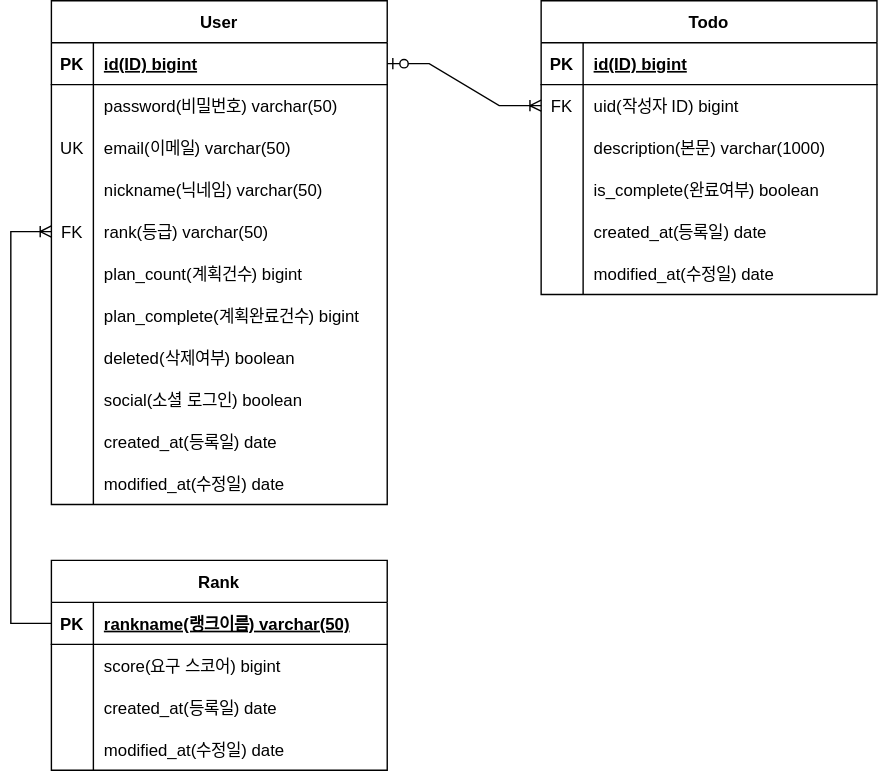
mrcocoball/To-Dolist keeps this draw.io diagram as documents/ERD.drawio.svg. Above is the earlier version. Source tidied: cells renumbered, new cells last; positions are measured from the earlier drawing's top-left corner, leaving out a move shared by most shapes.
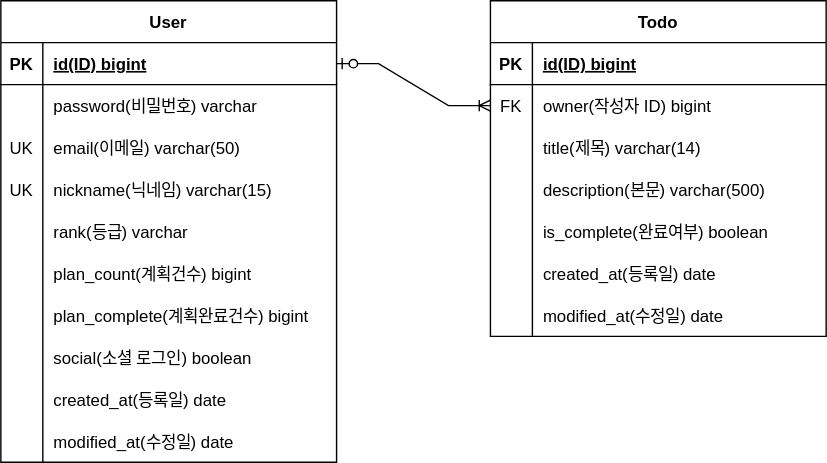
Above is the later version.

The edit, as a diff of the source:
```diff
@@ -3,7 +3,7 @@
     <mxCell id="0" />
     <mxCell id="1" parent="0" />
     <mxCell id="2" value="User" style="shape=table;startSize=30;rowLines=0;fontStyle=1;align=center;" parent="1" vertex="1">
-      <mxGeometry x="29" width="240" height="360" as="geometry" />
+      <mxGeometry x="29" width="240" height="330" as="geometry" />
     </mxCell>
     <mxCell id="3" style="shape=tableRow;horizontal=0;startSize=0;swimlaneHead=0;swimlaneBody=0;fillColor=none;points=[[0,0.5],[1,0.5]];portConstraint=eastwest;top=0;left=0;right=0;bottom=1;" parent="2" vertex="1">
       <mxGeometry y="30" width="240" height="30" as="geometry" />
@@ -20,7 +20,7 @@
     <mxCell id="7" style="shape=partialRectangle;fillColor=none;top=0;left=0;bottom=0;right=0;overflow=hidden;" parent="6" vertex="1">
       <mxGeometry width="30" height="30" as="geometry" />
     </mxCell>
-    <mxCell id="8" value="password(비밀번호) varchar(50)" style="shape=partialRectangle;fillColor=none;top=0;left=0;bottom=0;right=0;align=left;spacingLeft=6;overflow=hidden;" parent="6" vertex="1">
+    <mxCell id="8" value="password(비밀번호) varchar" style="shape=partialRectangle;fillColor=none;top=0;left=0;bottom=0;right=0;align=left;spacingLeft=6;overflow=hidden;" parent="6" vertex="1">
       <mxGeometry x="30" width="210" height="30" as="geometry" />
     </mxCell>
     <mxCell id="9" style="shape=tableRow;horizontal=0;startSize=0;swimlaneHead=0;swimlaneBody=0;fillColor=none;top=0;left=0;right=0;bottom=0;" parent="2" vertex="1">
@@ -35,19 +35,19 @@
     <mxCell id="12" style="shape=tableRow;horizontal=0;startSize=0;swimlaneHead=0;swimlaneBody=0;fillColor=none;top=0;left=0;right=0;bottom=0;" parent="2" vertex="1">
       <mxGeometry y="120" width="240" height="30" as="geometry" />
     </mxCell>
-    <mxCell id="13" style="shape=partialRectangle;fillColor=none;top=0;left=0;bottom=0;right=0;overflow=hidden;" parent="12" vertex="1">
+    <mxCell id="13" value="UK" style="shape=partialRectangle;fillColor=none;top=0;left=0;bottom=0;right=0;overflow=hidden;" parent="12" vertex="1">
       <mxGeometry width="30" height="30" as="geometry" />
     </mxCell>
-    <mxCell id="14" value="nickname(닉네임) varchar(50)" style="shape=partialRectangle;fillColor=none;top=0;left=0;bottom=0;right=0;align=left;spacingLeft=6;overflow=hidden;" parent="12" vertex="1">
+    <mxCell id="14" value="nickname(닉네임) varchar(15)" style="shape=partialRectangle;fillColor=none;top=0;left=0;bottom=0;right=0;align=left;spacingLeft=6;overflow=hidden;" parent="12" vertex="1">
       <mxGeometry x="30" width="210" height="30" as="geometry" />
     </mxCell>
     <mxCell id="15" style="shape=tableRow;horizontal=0;startSize=0;swimlaneHead=0;swimlaneBody=0;fillColor=none;points=[[0,0.5],[1,0.5]];portConstraint=eastwest;top=0;left=0;right=0;bottom=0;" parent="2" vertex="1">
       <mxGeometry y="150" width="240" height="30" as="geometry" />
     </mxCell>
-    <mxCell id="16" value="FK" style="shape=partialRectangle;fillColor=none;top=0;left=0;bottom=0;right=0;overflow=hidden;" parent="15" vertex="1">
+    <mxCell id="16" style="shape=partialRectangle;fillColor=none;top=0;left=0;bottom=0;right=0;overflow=hidden;" parent="15" vertex="1">
       <mxGeometry width="30" height="30" as="geometry" />
     </mxCell>
-    <mxCell id="17" value="rank(등급) varchar(50)" style="shape=partialRectangle;fillColor=none;top=0;left=0;bottom=0;right=0;align=left;spacingLeft=6;overflow=hidden;" parent="15" vertex="1">
+    <mxCell id="17" value="rank(등급) varchar" style="shape=partialRectangle;fillColor=none;top=0;left=0;bottom=0;right=0;align=left;spacingLeft=6;overflow=hidden;" parent="15" vertex="1">
       <mxGeometry x="30" width="210" height="30" as="geometry" />
     </mxCell>
     <mxCell id="18" style="shape=tableRow;horizontal=0;startSize=0;swimlaneHead=0;swimlaneBody=0;fillColor=none;top=0;left=0;right=0;bottom=0;" parent="2" vertex="1">
@@ -68,17 +68,8 @@
     <mxCell id="23" value="plan_complete(계획완료건수) bigint" style="shape=partialRectangle;fillColor=none;top=0;left=0;bottom=0;right=0;align=left;spacingLeft=6;overflow=hidden;" parent="21" vertex="1">
       <mxGeometry x="30" width="210" height="30" as="geometry" />
     </mxCell>
-    <mxCell id="24" style="shape=tableRow;horizontal=0;startSize=0;swimlaneHead=0;swimlaneBody=0;fillColor=none;top=0;left=0;right=0;bottom=0;" parent="2" vertex="1">
-      <mxGeometry y="240" width="240" height="30" as="geometry" />
-    </mxCell>
-    <mxCell id="25" style="shape=partialRectangle;fillColor=none;top=0;left=0;bottom=0;right=0;overflow=hidden;" parent="24" vertex="1">
-      <mxGeometry width="30" height="30" as="geometry" />
-    </mxCell>
-    <mxCell id="26" value="deleted(삭제여부) boolean" style="shape=partialRectangle;fillColor=none;top=0;left=0;bottom=0;right=0;align=left;spacingLeft=6;overflow=hidden;" parent="24" vertex="1">
-      <mxGeometry x="30" width="210" height="30" as="geometry" />
-    </mxCell>
     <mxCell id="27" style="shape=tableRow;horizontal=0;startSize=0;swimlaneHead=0;swimlaneBody=0;fillColor=none;top=0;left=0;right=0;bottom=0;" parent="2" vertex="1">
-      <mxGeometry y="270" width="240" height="30" as="geometry" />
+      <mxGeometry y="240" width="240" height="30" as="geometry" />
     </mxCell>
     <mxCell id="28" style="shape=partialRectangle;fillColor=none;top=0;left=0;bottom=0;right=0;overflow=hidden;" parent="27" vertex="1">
       <mxGeometry width="30" height="30" as="geometry" />
@@ -87,7 +78,7 @@
       <mxGeometry x="30" width="210" height="30" as="geometry" />
     </mxCell>
     <mxCell id="30" style="shape=tableRow;horizontal=0;startSize=0;swimlaneHead=0;swimlaneBody=0;fillColor=none;top=0;left=0;right=0;bottom=0;" parent="2" vertex="1">
-      <mxGeometry y="300" width="240" height="30" as="geometry" />
+      <mxGeometry y="270" width="240" height="30" as="geometry" />
     </mxCell>
     <mxCell id="31" style="shape=partialRectangle;fillColor=none;top=0;left=0;bottom=0;right=0;overflow=hidden;" parent="30" vertex="1">
       <mxGeometry width="30" height="30" as="geometry" />
@@ -96,7 +87,7 @@
       <mxGeometry x="30" width="210" height="30" as="geometry" />
     </mxCell>
     <mxCell id="33" style="shape=tableRow;horizontal=0;startSize=0;swimlaneHead=0;swimlaneBody=0;fillColor=none;top=0;left=0;right=0;bottom=0;" parent="2" vertex="1">
-      <mxGeometry y="330" width="240" height="30" as="geometry" />
+      <mxGeometry y="300" width="240" height="30" as="geometry" />
     </mxCell>
     <mxCell id="34" style="shape=partialRectangle;fillColor=none;top=0;left=0;bottom=0;right=0;overflow=hidden;" parent="33" vertex="1">
       <mxGeometry width="30" height="30" as="geometry" />
@@ -105,7 +96,7 @@
       <mxGeometry x="30" width="210" height="30" as="geometry" />
     </mxCell>
     <mxCell id="36" value="Todo" style="shape=table;startSize=30;rowLines=0;fontStyle=1;align=center;" parent="1" vertex="1">
-      <mxGeometry x="379" width="240" height="210" as="geometry" />
+      <mxGeometry x="379" width="240" height="240" as="geometry" />
     </mxCell>
     <mxCell id="37" style="shape=tableRow;horizontal=0;startSize=0;swimlaneHead=0;swimlaneBody=0;fillColor=none;top=0;left=0;right=0;bottom=1;" parent="36" vertex="1">
       <mxGeometry y="30" width="240" height="30" as="geometry" />
@@ -122,7 +113,7 @@
     <mxCell id="41" value="FK" style="shape=partialRectangle;fillColor=none;top=0;left=0;bottom=0;right=0;overflow=hidden;" parent="40" vertex="1">
       <mxGeometry width="30" height="30" as="geometry" />
     </mxCell>
-    <mxCell id="42" value="uid(작성자 ID) bigint" style="shape=partialRectangle;fillColor=none;top=0;left=0;bottom=0;right=0;align=left;spacingLeft=6;overflow=hidden;" parent="40" vertex="1">
+    <mxCell id="42" value="owner(작성자 ID) bigint" style="shape=partialRectangle;fillColor=none;top=0;left=0;bottom=0;right=0;align=left;spacingLeft=6;overflow=hidden;" parent="40" vertex="1">
       <mxGeometry x="30" width="210" height="30" as="geometry" />
     </mxCell>
     <mxCell id="43" style="shape=tableRow;horizontal=0;startSize=0;swimlaneHead=0;swimlaneBody=0;fillColor=none;top=0;left=0;right=0;bottom=0;" parent="36" vertex="1">
@@ -131,11 +122,20 @@
     <mxCell id="44" style="shape=partialRectangle;fillColor=none;top=0;left=0;bottom=0;right=0;overflow=hidden;" parent="43" vertex="1">
       <mxGeometry width="30" height="30" as="geometry" />
     </mxCell>
-    <mxCell id="45" value="description(본문) varchar(1000)" style="shape=partialRectangle;fillColor=none;top=0;left=0;bottom=0;right=0;align=left;spacingLeft=6;overflow=hidden;" parent="43" vertex="1">
+    <mxCell id="45" value="title(제목) varchar(14)" style="shape=partialRectangle;fillColor=none;top=0;left=0;bottom=0;right=0;align=left;spacingLeft=6;overflow=hidden;" parent="43" vertex="1">
       <mxGeometry x="30" width="210" height="30" as="geometry" />
     </mxCell>
+    <mxCell id="66" style="shape=tableRow;horizontal=0;startSize=0;swimlaneHead=0;swimlaneBody=0;fillColor=none;top=0;left=0;right=0;bottom=0;" parent="36" vertex="1">
+      <mxGeometry y="120" width="240" height="30" as="geometry" />
+    </mxCell>
+    <mxCell id="70" style="shape=partialRectangle;fillColor=none;top=0;left=0;bottom=0;right=0;overflow=hidden;" parent="66" vertex="1">
+      <mxGeometry width="30" height="30" as="geometry" />
+    </mxCell>
+    <mxCell id="71" value="description(본문) varchar(500)" style="shape=partialRectangle;fillColor=none;top=0;left=0;bottom=0;right=0;align=left;spacingLeft=6;overflow=hidden;" parent="66" vertex="1">
+      <mxGeometry x="30" width="210" height="30" as="geometry" />
+    </mxCell>
     <mxCell id="46" style="shape=tableRow;horizontal=0;startSize=0;swimlaneHead=0;swimlaneBody=0;fillColor=none;top=0;left=0;right=0;bottom=0;" parent="36" vertex="1">
-      <mxGeometry y="120" width="240" height="30" as="geometry" />
+      <mxGeometry y="150" width="240" height="30" as="geometry" />
     </mxCell>
     <mxCell id="47" style="shape=partialRectangle;fillColor=none;top=0;left=0;bottom=0;right=0;overflow=hidden;" parent="46" vertex="1">
       <mxGeometry width="30" height="30" as="geometry" />
@@ -144,7 +144,7 @@
       <mxGeometry x="30" width="210" height="30" as="geometry" />
     </mxCell>
     <mxCell id="49" style="shape=tableRow;horizontal=0;startSize=0;swimlaneHead=0;swimlaneBody=0;fillColor=none;top=0;left=0;right=0;bottom=0;" parent="36" vertex="1">
-      <mxGeometry y="150" width="240" height="30" as="geometry" />
+      <mxGeometry y="180" width="240" height="30" as="geometry" />
     </mxCell>
     <mxCell id="50" style="shape=partialRectangle;fillColor=none;top=0;left=0;bottom=0;right=0;overflow=hidden;" parent="49" vertex="1">
       <mxGeometry width="30" height="30" as="geometry" />
@@ -153,7 +153,7 @@
       <mxGeometry x="30" width="210" height="30" as="geometry" />
     </mxCell>
     <mxCell id="52" style="shape=tableRow;horizontal=0;startSize=0;swimlaneHead=0;swimlaneBody=0;fillColor=none;top=0;left=0;right=0;bottom=0;" parent="36" vertex="1">
-      <mxGeometry y="180" width="240" height="30" as="geometry" />
+      <mxGeometry y="210" width="240" height="30" as="geometry" />
     </mxCell>
     <mxCell id="53" style="shape=partialRectangle;fillColor=none;top=0;left=0;bottom=0;right=0;overflow=hidden;" parent="52" vertex="1">
       <mxGeometry width="30" height="30" as="geometry" />
@@ -164,51 +164,5 @@
     <mxCell id="55" style="edgeStyle=entityRelationEdgeStyle;fontSize=12;html=1;endArrow=ERoneToMany;startArrow=ERzeroToOne;rounded=0;entryX=0;entryY=0.5;entryDx=0;entryDy=0;exitX=1;exitY=0.5;exitDx=0;exitDy=0;" parent="1" edge="1" source="3" target="40">
       <mxGeometry relative="1" as="geometry" />
     </mxCell>
-    <mxCell id="56" value="Rank" style="shape=table;startSize=30;rowLines=0;fontStyle=1;align=center;" parent="1" vertex="1">
-      <mxGeometry x="29" y="400" width="240" height="150" as="geometry" />
-    </mxCell>
-    <mxCell id="57" style="shape=tableRow;horizontal=0;startSize=0;swimlaneHead=0;swimlaneBody=0;fillColor=none;points=[[0,0.5],[1,0.5]];portConstraint=eastwest;top=0;left=0;right=0;bottom=1;" parent="56" vertex="1">
-      <mxGeometry y="30" width="240" height="30" as="geometry" />
-    </mxCell>
-    <mxCell id="58" value="PK" style="shape=partialRectangle;fillColor=none;top=0;left=0;bottom=0;right=0;fontStyle=1;overflow=hidden;" parent="57" vertex="1">
-      <mxGeometry width="30" height="30" as="geometry" />
-    </mxCell>
-    <mxCell id="59" value="rankname(랭크이름) varchar(50)" style="shape=partialRectangle;fillColor=none;top=0;left=0;bottom=0;right=0;align=left;spacingLeft=6;fontStyle=5;overflow=hidden;" parent="57" vertex="1">
-      <mxGeometry x="30" width="210" height="30" as="geometry" />
-    </mxCell>
-    <mxCell id="60" style="shape=tableRow;horizontal=0;startSize=0;swimlaneHead=0;swimlaneBody=0;fillColor=none;top=0;left=0;right=0;bottom=0;" parent="56" vertex="1">
-      <mxGeometry y="60" width="240" height="30" as="geometry" />
-    </mxCell>
-    <mxCell id="61" style="shape=partialRectangle;fillColor=none;top=0;left=0;bottom=0;right=0;overflow=hidden;" parent="60" vertex="1">
-      <mxGeometry width="30" height="30" as="geometry" />
-    </mxCell>
-    <mxCell id="62" value="score(요구 스코어) bigint" style="shape=partialRectangle;fillColor=none;top=0;left=0;bottom=0;right=0;align=left;spacingLeft=6;overflow=hidden;" parent="60" vertex="1">
-      <mxGeometry x="30" width="210" height="30" as="geometry" />
-    </mxCell>
-    <mxCell id="63" style="shape=tableRow;horizontal=0;startSize=0;swimlaneHead=0;swimlaneBody=0;fillColor=none;top=0;left=0;right=0;bottom=0;" parent="56" vertex="1">
-      <mxGeometry y="90" width="240" height="30" as="geometry" />
-    </mxCell>
-    <mxCell id="64" style="shape=partialRectangle;fillColor=none;top=0;left=0;bottom=0;right=0;overflow=hidden;" parent="63" vertex="1">
-      <mxGeometry width="30" height="30" as="geometry" />
-    </mxCell>
-    <mxCell id="65" value="created_at(등록일) date" style="shape=partialRectangle;fillColor=none;top=0;left=0;bottom=0;right=0;align=left;spacingLeft=6;overflow=hidden;" parent="63" vertex="1">
-      <mxGeometry x="30" width="210" height="30" as="geometry" />
-    </mxCell>
-    <mxCell id="66" style="shape=tableRow;horizontal=0;startSize=0;swimlaneHead=0;swimlaneBody=0;fillColor=none;top=0;left=0;right=0;bottom=0;" parent="56" vertex="1">
-      <mxGeometry y="120" width="240" height="30" as="geometry" />
-    </mxCell>
-    <mxCell id="67" style="shape=partialRectangle;fillColor=none;top=0;left=0;bottom=0;right=0;overflow=hidden;" parent="66" vertex="1">
-      <mxGeometry width="30" height="30" as="geometry" />
-    </mxCell>
-    <mxCell id="68" value="modified_at(수정일) date" style="shape=partialRectangle;fillColor=none;top=0;left=0;bottom=0;right=0;align=left;spacingLeft=6;overflow=hidden;" parent="66" vertex="1">
-      <mxGeometry x="30" width="210" height="30" as="geometry" />
-    </mxCell>
-    <mxCell id="69" style="edgeStyle=elbowEdgeStyle;fontSize=12;html=1;endArrow=ERoneToMany;rounded=0;entryX=0;entryY=0.5;entryDx=0;entryDy=0;exitX=0;exitY=0.5;exitDx=0;exitDy=0;" parent="1" edge="1" source="57" target="15">
-      <mxGeometry relative="1" as="geometry">
-        <Array as="points">
-          <mxPoint y="305" />
-        </Array>
-      </mxGeometry>
-    </mxCell>
   </root>
 </mxGraphModel>
```
